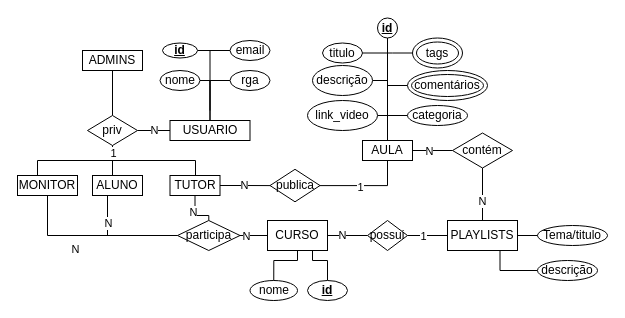
Earlier version of the draw.io diagram Untitled Diagram.drawio (douglas-terra/r1). Source tidied: cells renumbered, new cells numbered last; positions are measured from the earlier drawing's top-left corner, leaving out a move shared by most shapes. Both pictures are drawn from the tidied source at 100%, with x=0, y=0 at pixel (17, 18).
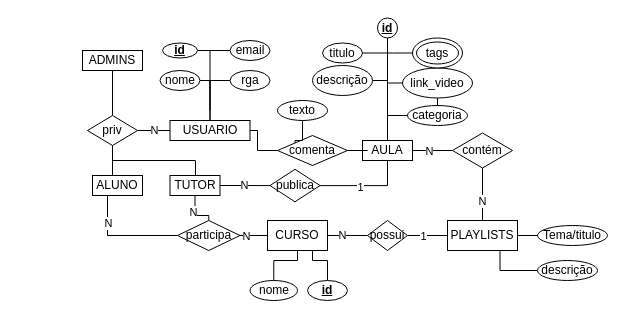
The same page after the edit.

Unchanged cells that the change refers to:
```xml
<mxCell id="3" value="USUARIO" style="rounded=0;whiteSpace=wrap;html=1;" parent="1" vertex="1">
  <mxGeometry x="152.5" y="102" width="80" height="20" as="geometry" />
</mxCell>
<mxCell id="16" value="priv" style="rhombus;whiteSpace=wrap;html=1;" parent="1" vertex="1">
  <mxGeometry x="70" y="97" width="50" height="30" as="geometry" />
</mxCell>
<mxCell id="33" value="participa" style="rhombus;whiteSpace=wrap;html=1;" parent="1" vertex="1">
  <mxGeometry x="160" y="202" width="62.5" height="30" as="geometry" />
</mxCell>
<mxCell id="37" value="AULA" style="rounded=0;whiteSpace=wrap;html=1;" parent="1" vertex="1">
  <mxGeometry x="345" y="122" width="50" height="20" as="geometry" />
</mxCell>
```

What changed in the source:
```diff
@@
-    <mxCell id="14" style="edgeStyle=orthogonalEdgeStyle;rounded=0;jettySize=auto;html=1;endArrow=none;endFill=0;" parent="1" edge="1" source="16" target="30">
-      <mxGeometry relative="1" as="geometry">
-        <Array as="points">
-          <mxPoint x="95" y="142" />
-          <mxPoint x="20" y="142" />
-        </Array>
-      </mxGeometry>
-    </mxCell>
-    <mxCell id="15" value="1" style="edgeLabel;html=1;align=center;verticalAlign=middle;" parent="14" vertex="1">
-      <mxGeometry x="-0.86" relative="1" as="geometry" />
-    </mxCell>
@@
-    <mxCell id="28" style="edgeStyle=orthogonalEdgeStyle;rounded=0;jettySize=auto;html=1;entryX=0;entryY=0.5;entryDx=0;entryDy=0;endArrow=none;endFill=0;" parent="1" edge="1" source="30" target="33">
-      <mxGeometry relative="1" as="geometry">
-        <Array as="points">
-          <mxPoint x="30" y="217" />
-        </Array>
-      </mxGeometry>
-    </mxCell>
-    <mxCell id="29" value="N" style="edgeLabel;html=1;align=center;verticalAlign=middle;" parent="28" vertex="1">
-      <mxGeometry x="-0.56" y="14" relative="1" as="geometry">
-        <mxPoint x="13" y="16" as="offset" />
-      </mxGeometry>
-    </mxCell>
-    <mxCell id="30" value="MONITOR" style="rounded=0;whiteSpace=wrap;html=1;" parent="1" vertex="1">
-      <mxGeometry y="157" width="60" height="20" as="geometry" />
-    </mxCell>
@@
+    <mxCell id="70" style="edgeStyle=orthogonalEdgeStyle;rounded=0;jettySize=auto;html=1;entryX=0.5;entryY=0;entryDx=0;entryDy=0;endArrow=none;endFill=0;" parent="1" edge="1" source="39" target="37">
+      <mxGeometry relative="1" as="geometry">
+        <Array as="points">
+          <mxPoint x="370" y="65" />
+        </Array>
+      </mxGeometry>
+    </mxCell>
     <mxCell id="39" value="link_video" style="ellipse;whiteSpace=wrap;html=1;" parent="1" vertex="1">
-      <mxGeometry x="290" y="82" width="70" height="30" as="geometry" />
+      <mxGeometry x="385" y="49.5" width="70" height="30" as="geometry" />
     </mxCell>
@@
-    <mxCell id="54" style="edgeStyle=orthogonalEdgeStyle;rounded=0;jettySize=auto;html=1;endArrow=none;endFill=0;strokeColor=#000000;" parent="1" edge="1" source="55" target="37">
-      <mxGeometry relative="1" as="geometry">
-        <Array as="points">
-          <mxPoint x="370" y="67" />
-        </Array>
-      </mxGeometry>
-    </mxCell>
-    <mxCell id="55" value="comentários" style="ellipse;shape=doubleEllipse;whiteSpace=wrap;html=1;strokeColor=#000000;" parent="1" vertex="1">
-      <mxGeometry x="390" y="52" width="80" height="30" as="geometry" />
-    </mxCell>
@@
+    <mxCell id="71" style="edgeStyle=orthogonalEdgeStyle;rounded=0;jettySize=auto;html=1;entryX=0;entryY=0.5;entryDx=0;entryDy=0;endArrow=none;endFill=0;" parent="1" edge="1" source="73" target="37">
+      <mxGeometry relative="1" as="geometry" />
+    </mxCell>
+    <mxCell id="72" style="edgeStyle=orthogonalEdgeStyle;rounded=0;jettySize=auto;html=1;entryX=1;entryY=0.5;entryDx=0;entryDy=0;endArrow=none;endFill=0;" parent="1" edge="1" source="73" target="3">
+      <mxGeometry relative="1" as="geometry" />
+    </mxCell>
+    <mxCell id="73" value="comenta" style="rhombus;whiteSpace=wrap;html=1;" parent="1" vertex="1">
+      <mxGeometry x="260" y="117" width="70" height="30" as="geometry" />
+    </mxCell>
+    <mxCell id="74" style="edgeStyle=orthogonalEdgeStyle;rounded=0;jettySize=auto;html=1;entryX=0;entryY=0;entryDx=0;entryDy=0;endArrow=none;endFill=0;" parent="1" edge="1" source="75" target="73">
+      <mxGeometry relative="1" as="geometry" />
+    </mxCell>
+    <mxCell id="75" value="texto" style="ellipse;whiteSpace=wrap;html=1;" parent="1" vertex="1">
+      <mxGeometry x="260" y="82" width="50" height="20" as="geometry" />
+    </mxCell>
```
